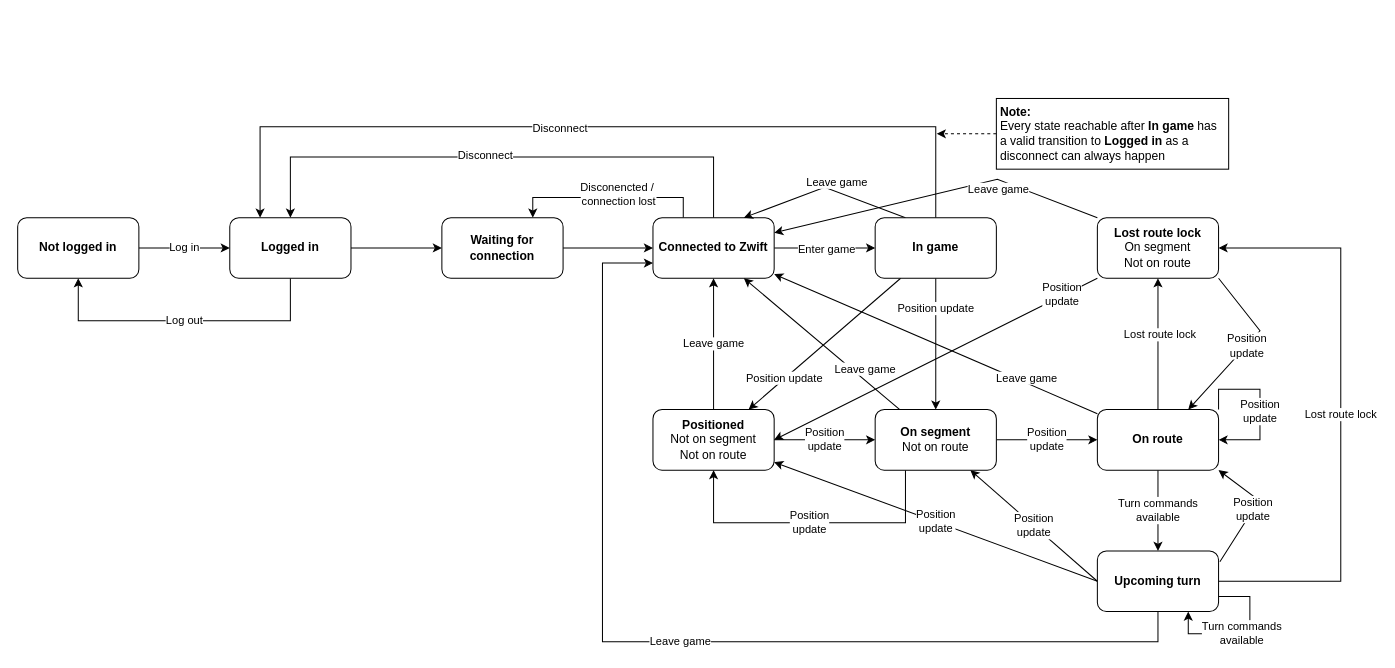
sandermvanvliet/RoadCaptain keeps this draw.io diagram as GameStates.drawio. Above is the earlier version. Source tidied: cells renumbered, new cells numbered last; positions are measured from the earlier drawing's top-left corner, leaving out a move shared by most shapes. Both pictures are drawn from the tidied source at 101%, with x=0, y=0 at pixel (17, 98).
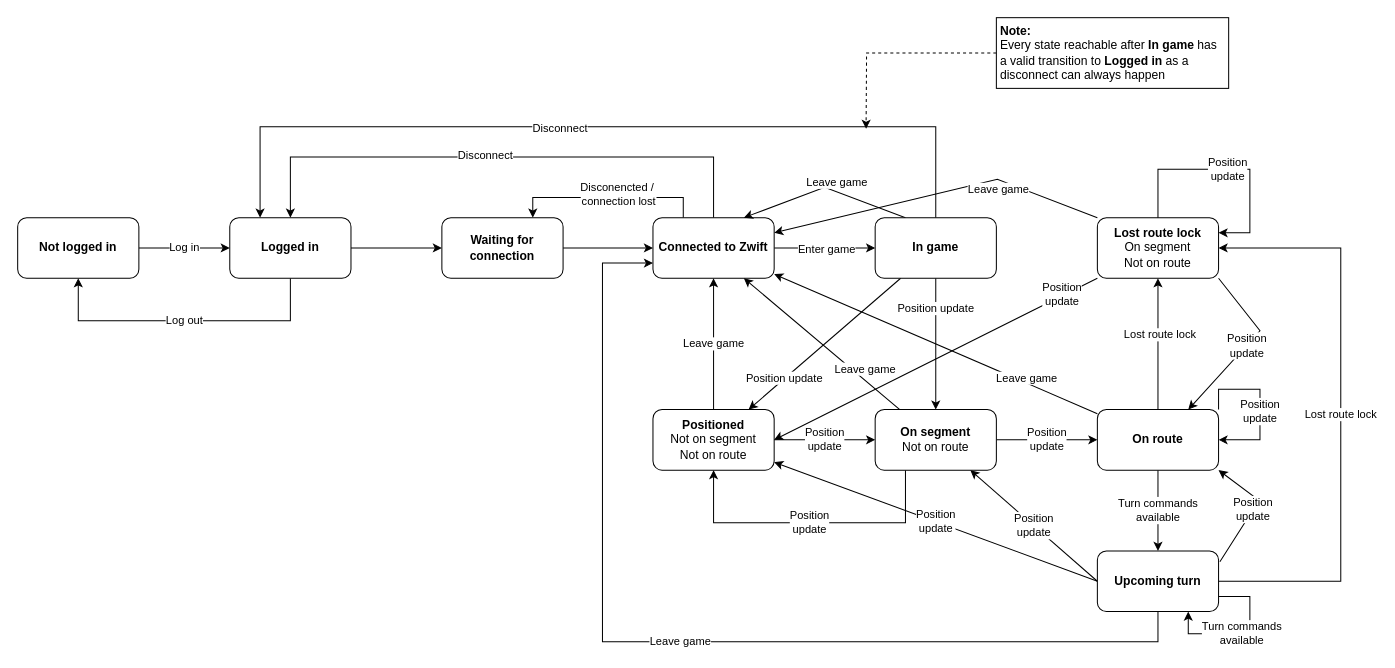
The same diagram, later.

Commit message:
Update state diagram

The change refers to these unchanged cells:
```xml
<mxCell id="47" value="&lt;b&gt;Lost route lock&lt;/b&gt;&lt;br&gt;On segment&lt;br&gt;Not on route" style="whiteSpace=wrap;html=1;rounded=1;" parent="1" vertex="1">
  <mxGeometry x="1069" y="118" width="120" height="60" as="geometry" />
</mxCell>
```

Change to the diagram source:
```diff
@@
     <mxCell id="39" style="edgeStyle=orthogonalEdgeStyle;rounded=0;jettySize=auto;html=1;dashed=1;" parent="1" edge="1" source="40">
       <mxGeometry relative="1" as="geometry">
-        <mxPoint x="910" y="35" as="targetPoint" />
+        <mxPoint x="840" y="30" as="targetPoint" />
       </mxGeometry>
     </mxCell>
     <mxCell id="40" value="Note:&lt;br&gt;&lt;span style=&quot;font-weight: normal&quot;&gt;Every state reachable after &lt;/span&gt;In game &lt;span style=&quot;font-weight: normal&quot;&gt;has a valid transition to &lt;/span&gt;Logged in&lt;span style=&quot;font-weight: normal&quot;&gt;&amp;nbsp;as a disconnect can always happen&lt;/span&gt;" style="text;html=1;align=left;verticalAlign=top;whiteSpace=wrap;rounded=0;fontStyle=1;fillColor=default;strokeColor=default;spacingLeft=2;spacingRight=2;" parent="1" vertex="1">
-      <mxGeometry x="969" width="230" height="70" as="geometry" />
+      <mxGeometry x="969" y="-80" width="230" height="70" as="geometry" />
     </mxCell>
@@
+    <mxCell id="50" value="Position&lt;br&gt;update" style="edgeStyle=orthogonalEdgeStyle;rounded=0;orthogonalLoop=1;jettySize=auto;html=1;elbow=vertical;entryX=1;entryY=0.25;entryDx=0;entryDy=0;" parent="1" edge="1" source="47" target="47">
+      <mxGeometry relative="1" as="geometry">
+        <Array as="points">
+          <mxPoint x="1129" y="70" />
+          <mxPoint x="1220" y="70" />
+          <mxPoint x="1220" y="133" />
+        </Array>
+      </mxGeometry>
+    </mxCell>
```
